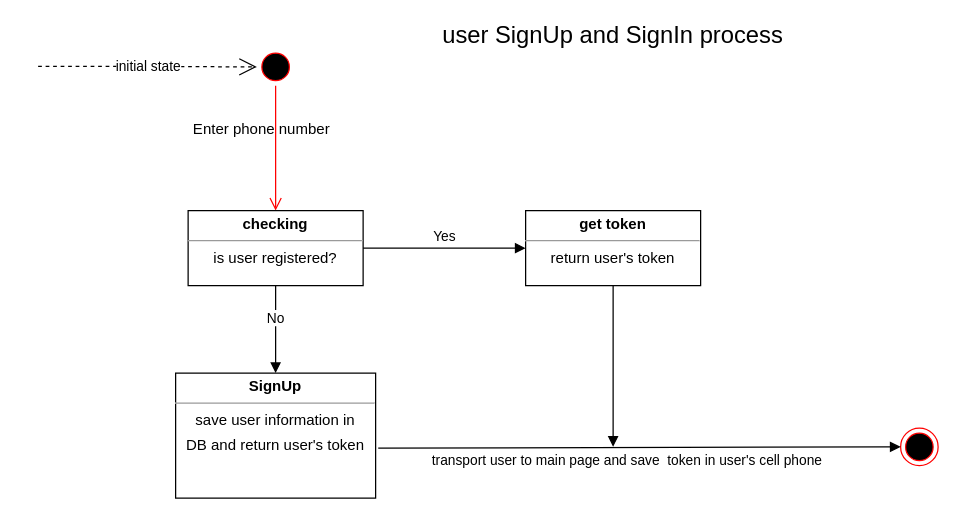
The draw.io diagram Behavioral Modeling/StateDiagram/StateDiagramofregistration.drawio in kargaranamir/Travelink, before the edit. Source tidied: cells renumbered, new cells numbered last; positions are measured from the earlier drawing's top-left corner, leaving out a move shared by most shapes. Both pictures are drawn from the tidied source at 125%, with x=0, y=0 at pixel (38, 22).
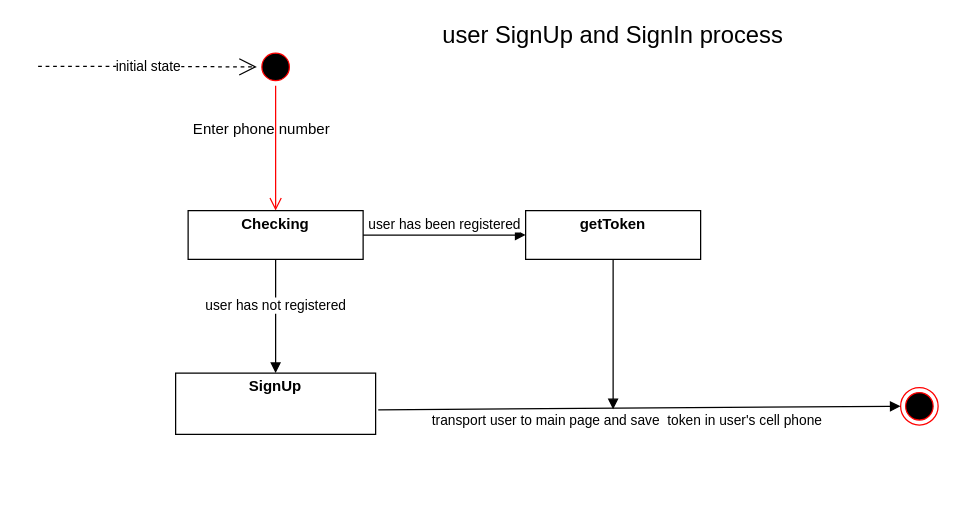
The same diagram, later.

The edit, as a diff of the source:
```diff
@@
 <mxGraphModel>
   <root>
     <mxCell id="0" />
     <mxCell id="1" parent="0" />
     <mxCell id="2" style="ellipse;html=1;shape=startState;fillColor=#000000;strokeColor=#ff0000;" parent="1" vertex="1">
       <mxGeometry x="175" y="20" width="30" height="30" as="geometry" />
     </mxCell>
     <mxCell id="3" style="edgeStyle=orthogonalEdgeStyle;html=1;verticalAlign=bottom;endArrow=open;endSize=8;strokeColor=#ff0000;entryX=0.5;entryY=0;entryDx=0;entryDy=0;" parent="1" edge="1" source="2" target="5">
       <mxGeometry relative="1" as="geometry" />
     </mxCell>
     <mxCell id="4" value="Enter phone number" style="text;align=center;fontStyle=0;verticalAlign=middle;spacingLeft=3;spacingRight=3;strokeColor=none;" parent="1" vertex="1">
       <mxGeometry x="74" y="69" width="210" height="30" as="geometry" />
     </mxCell>
-    <mxCell id="5" value="&lt;p style=&quot;margin: 0px ; margin-top: 4px ; text-align: center&quot;&gt;&lt;b&gt;checking&lt;/b&gt;&lt;/p&gt;&lt;hr size=&quot;1&quot;&gt;&lt;div style=&quot;height: 2px&quot;&gt;&lt;div style=&quot;text-align: center&quot;&gt;is user registered?&lt;/div&gt;&lt;/div&gt;" style="verticalAlign=top;align=left;overflow=fill;fontSize=12;fontFamily=Helvetica;html=1;" parent="1" vertex="1">
-      <mxGeometry x="120" y="150" width="140" height="60" as="geometry" />
+    <mxCell id="5" value="&lt;p style=&quot;margin: 0px ; margin-top: 4px ; text-align: center&quot;&gt;&lt;b&gt;Checking&lt;/b&gt;&lt;/p&gt;" style="verticalAlign=top;align=left;overflow=fill;fontSize=12;fontFamily=Helvetica;html=1;" parent="1" vertex="1">
+      <mxGeometry x="120" y="150" width="140" height="39" as="geometry" />
     </mxCell>
-    <mxCell id="6" value="&lt;p style=&quot;margin: 0px ; margin-top: 4px ; text-align: center&quot;&gt;&lt;b&gt;get token&lt;/b&gt;&lt;/p&gt;&lt;hr size=&quot;1&quot; style=&quot;text-align: center&quot;&gt;&lt;div style=&quot;height: 2px&quot;&gt;&lt;div style=&quot;text-align: center&quot;&gt;return user's token&lt;/div&gt;&lt;/div&gt;" style="verticalAlign=top;align=left;overflow=fill;fontSize=12;fontFamily=Helvetica;html=1;" parent="1" vertex="1">
-      <mxGeometry x="390" y="150" width="140" height="60" as="geometry" />
+    <mxCell id="6" value="&lt;p style=&quot;margin: 0px ; margin-top: 4px ; text-align: center&quot;&gt;&lt;b&gt;getToken&lt;/b&gt;&lt;/p&gt;" style="verticalAlign=top;align=left;overflow=fill;fontSize=12;fontFamily=Helvetica;html=1;" parent="1" vertex="1">
+      <mxGeometry x="390" y="150" width="140" height="39" as="geometry" />
     </mxCell>
-    <mxCell id="7" value="Yes" style="html=1;verticalAlign=bottom;endArrow=block;exitX=1;exitY=0.5;exitDx=0;exitDy=0;entryX=0;entryY=0.5;entryDx=0;entryDy=0;" parent="1" edge="1" source="5" target="6">
+    <mxCell id="7" value="user has been registered" style="html=1;verticalAlign=bottom;endArrow=block;exitX=1;exitY=0.5;exitDx=0;exitDy=0;entryX=0;entryY=0.5;entryDx=0;entryDy=0;" parent="1" edge="1" source="5" target="6">
       <mxGeometry relative="1" as="geometry" />
     </mxCell>
-    <mxCell id="8" value="&lt;p style=&quot;margin: 0px ; margin-top: 4px ; text-align: center&quot;&gt;&lt;b&gt;SignUp&lt;/b&gt;&lt;/p&gt;&lt;hr size=&quot;1&quot; style=&quot;text-align: center&quot;&gt;&lt;div style=&quot;text-align: center ; height: 2px&quot;&gt;save user information in&lt;/div&gt;&lt;div style=&quot;text-align: center ; height: 2px&quot;&gt;&lt;br&gt;&lt;/div&gt;&lt;div style=&quot;text-align: center ; height: 2px&quot;&gt;&lt;br&gt;&lt;/div&gt;&lt;div style=&quot;text-align: center ; height: 2px&quot;&gt;&lt;br&gt;&lt;/div&gt;&lt;div style=&quot;text-align: center ; height: 2px&quot;&gt;&lt;br&gt;&lt;/div&gt;&lt;div style=&quot;text-align: center ; height: 2px&quot;&gt;&lt;br&gt;&lt;/div&gt;&lt;div style=&quot;text-align: center ; height: 2px&quot;&gt;&lt;br&gt;&lt;/div&gt;&lt;div style=&quot;text-align: center ; height: 2px&quot;&gt;&lt;br&gt;&lt;/div&gt;&lt;div style=&quot;text-align: center ; height: 2px&quot;&gt;&lt;br&gt;&lt;/div&gt;&lt;div style=&quot;text-align: center ; height: 2px&quot;&gt;&lt;br&gt;&lt;/div&gt;&lt;div style=&quot;height: 2px&quot;&gt;&lt;div style=&quot;text-align: center&quot;&gt;DB and return user's token&lt;/div&gt;&lt;/div&gt;" style="verticalAlign=top;align=left;overflow=fill;fontSize=12;fontFamily=Helvetica;html=1;" parent="1" vertex="1">
-      <mxGeometry x="110" y="280" width="160" height="100" as="geometry" />
+    <mxCell id="8" value="&lt;p style=&quot;margin: 0px ; margin-top: 4px ; text-align: center&quot;&gt;&lt;b&gt;SignUp&lt;/b&gt;&lt;/p&gt;" style="verticalAlign=top;align=left;overflow=fill;fontSize=12;fontFamily=Helvetica;html=1;" parent="1" vertex="1">
+      <mxGeometry x="110" y="280" width="160" height="49" as="geometry" />
     </mxCell>
-    <mxCell id="9" value="No" style="html=1;verticalAlign=bottom;endArrow=block;exitX=0.5;exitY=1;exitDx=0;exitDy=0;entryX=0.5;entryY=0;entryDx=0;entryDy=0;" parent="1" edge="1" source="5" target="8">
+    <mxCell id="9" value="user has not registered" style="html=1;verticalAlign=bottom;endArrow=block;exitX=0.5;exitY=1;exitDx=0;exitDy=0;entryX=0.5;entryY=0;entryDx=0;entryDy=0;" parent="1" edge="1" source="5" target="8">
       <mxGeometry relative="1" as="geometry" />
     </mxCell>
     <mxCell id="10" value="&lt;font style=&quot;font-size: 19px&quot;&gt;user SignUp and SignIn process&lt;/font&gt;" style="text;html=1;strokeColor=none;fillColor=none;align=center;verticalAlign=middle;whiteSpace=wrap;rounded=0;" parent="1" vertex="1">
       <mxGeometry x="320" width="280" height="20" as="geometry" />
     </mxCell>
     <mxCell id="11" style="ellipse;html=1;shape=endState;fillColor=#000000;strokeColor=#ff0000;" parent="1" vertex="1">
-      <mxGeometry x="690" y="324" width="30" height="30" as="geometry" />
+      <mxGeometry x="690" y="291.5" width="30" height="30" as="geometry" />
     </mxCell>
     <mxCell id="12" value="transport user to main page and save &amp;nbsp;token in user's cell phone" style="html=1;verticalAlign=bottom;endArrow=block;exitX=1.013;exitY=0.6;exitDx=0;exitDy=0;exitPerimeter=0;entryX=0;entryY=0.5;entryDx=0;entryDy=0;" parent="1" edge="1" source="8" target="11">
       <mxGeometry x="-0.05" y="-19" relative="1" as="geometry" />
     </mxCell>
     <mxCell id="13" style="html=1;verticalAlign=bottom;endArrow=block;exitX=0.5;exitY=1;exitDx=0;exitDy=0;" parent="1" edge="1" source="6">
       <mxGeometry relative="1" as="geometry">
-        <mxPoint x="460" y="339" as="targetPoint" />
+        <mxPoint x="460" y="309" as="targetPoint" />
       </mxGeometry>
     </mxCell>
     <mxCell id="14" value="initial state" style="endArrow=open;endSize=12;dashed=1;html=1;entryX=0;entryY=0.5;entryDx=0;entryDy=0;" parent="1" edge="1" target="2">
       <mxGeometry relative="1" as="geometry">
         <mxPoint y="34.5" as="sourcePoint" />
       </mxGeometry>
     </mxCell>
   </root>
 </mxGraphModel>
```
